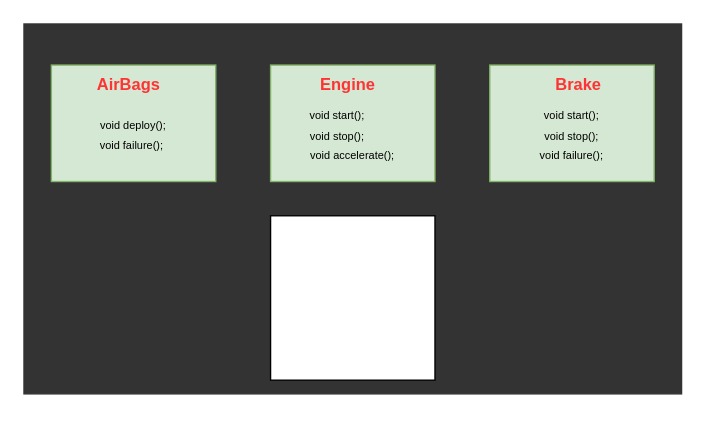
Above: Interface1.drawio in PavanKoppana/blueprints (draw.io), before the change. Source tidied: cells renumbered, new cells numbered last; positions are measured from the earlier drawing's top-left corner, leaving out a move shared by most shapes. Both pictures are drawn from the tidied source at 137%, with x=0, y=0 at pixel (23, 23).
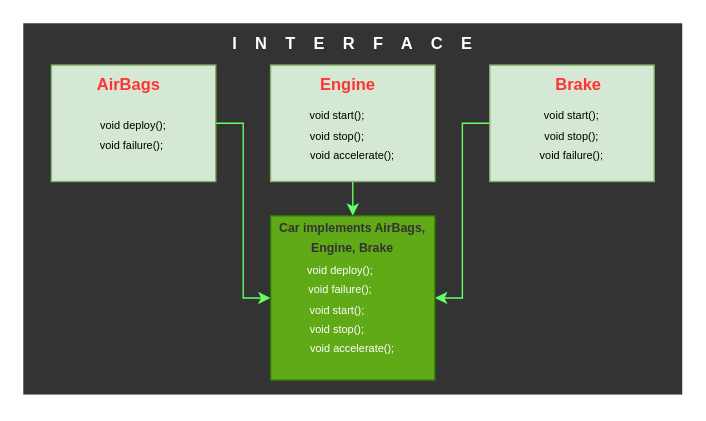
Above is the later version.

What changed in the source:
```diff
@@
 <mxGraphModel>
   <root>
     <mxCell id="0" />
     <mxCell id="1" parent="0" />
     <mxCell id="2" style="rounded=0;whiteSpace=wrap;html=1;strokeColor=#333333;fillColor=#333333;" parent="1" vertex="1">
       <mxGeometry width="480" height="270" as="geometry" />
     </mxCell>
+    <mxCell id="10" style="edgeStyle=orthogonalEdgeStyle;rounded=0;jettySize=auto;html=1;entryX=0;entryY=0.5;entryDx=0;entryDy=0;strokeColor=#66FF66;" parent="1" edge="1" source="3" target="9">
+      <mxGeometry relative="1" as="geometry" />
+    </mxCell>
     <mxCell id="3" value="&lt;div&gt;&lt;font style=&quot;font-size: 8px;&quot;&gt;&lt;br&gt;&lt;/font&gt;&lt;/div&gt;&lt;div&gt;&lt;span style=&quot;font-size: 8px;&quot;&gt;&lt;br&gt;void deploy();&lt;/span&gt;&lt;/div&gt;&lt;div&gt;&lt;font style=&quot;&quot;&gt;&lt;span style=&quot;background-color: transparent; font-size: 8px;&quot;&gt;void failure();&lt;/span&gt;&lt;span style=&quot;font-size: 8px;&quot;&gt;&amp;nbsp;&lt;/span&gt;&lt;br&gt;&lt;br&gt;&lt;/font&gt;&lt;/div&gt;" style="rounded=0;whiteSpace=wrap;html=1;fillColor=#d5e8d4;strokeColor=#82b366;" parent="1" vertex="1">
       <mxGeometry x="20" y="30" width="120" height="85" as="geometry" />
     </mxCell>
+    <mxCell id="11" style="edgeStyle=orthogonalEdgeStyle;rounded=0;jettySize=auto;html=1;entryX=0.5;entryY=0;entryDx=0;entryDy=0;strokeColor=#66FF66;" parent="1" edge="1" source="4" target="9">
+      <mxGeometry relative="1" as="geometry" />
+    </mxCell>
     <mxCell id="4" value="&lt;div&gt;&lt;font style=&quot;font-size: 8px;&quot;&gt;&lt;br&gt;void start();&amp;nbsp; &amp;nbsp; &amp;nbsp; &amp;nbsp; &amp;nbsp;&amp;nbsp;&lt;/font&gt;&lt;/div&gt;&lt;div&gt;&lt;font style=&quot;font-size: 8px;&quot;&gt;&amp;nbsp; void stop();&amp;nbsp; &amp;nbsp; &amp;nbsp; &amp;nbsp; &amp;nbsp; &amp;nbsp;&amp;nbsp;&lt;br&gt;&lt;/font&gt;&lt;span style=&quot;font-size: 8px; background-color: transparent; color: light-dark(rgb(0, 0, 0), rgb(255, 255, 255));&quot;&gt;void accelerate();&lt;/span&gt;&lt;/div&gt;" style="rounded=0;whiteSpace=wrap;html=1;fillColor=#d5e8d4;strokeColor=#82b366;" parent="1" vertex="1">
       <mxGeometry x="180" y="30" width="120" height="85" as="geometry" />
     </mxCell>
+    <mxCell id="12" style="edgeStyle=orthogonalEdgeStyle;rounded=0;jettySize=auto;html=1;entryX=1;entryY=0.5;entryDx=0;entryDy=0;strokeColor=#66FF66;" parent="1" edge="1" source="5" target="9">
+      <mxGeometry relative="1" as="geometry" />
+    </mxCell>
     <mxCell id="5" value="&lt;div&gt;&lt;font style=&quot;font-size: 8px;&quot;&gt;&lt;br&gt;void start();&lt;/font&gt;&lt;/div&gt;&lt;div&gt;&lt;font style=&quot;font-size: 8px;&quot;&gt;void stop();&lt;/font&gt;&lt;/div&gt;&lt;div&gt;&lt;font style=&quot;font-size: 8px;&quot;&gt;void failure();&lt;/font&gt;&lt;/div&gt;" style="rounded=0;whiteSpace=wrap;html=1;fillColor=#d5e8d4;strokeColor=#82b366;" parent="1" vertex="1">
       <mxGeometry x="340" y="30" width="120" height="85" as="geometry" />
     </mxCell>
     <mxCell id="6" value="&lt;b&gt;&lt;font style=&quot;color: rgb(255, 51, 51);&quot;&gt;&amp;nbsp;AirBags&lt;/font&gt;&lt;/b&gt;" style="text;html=1;align=center;verticalAlign=middle;whiteSpace=wrap;rounded=0;" parent="1" vertex="1">
       <mxGeometry x="20" y="30" width="110" height="30" as="geometry" />
     </mxCell>
     <mxCell id="7" value="&lt;b&gt;&lt;font style=&quot;color: rgb(255, 51, 51);&quot;&gt;Engine&amp;nbsp;&amp;nbsp;&lt;/font&gt;&lt;/b&gt;" style="text;html=1;align=center;verticalAlign=middle;whiteSpace=wrap;rounded=0;" parent="1" vertex="1">
       <mxGeometry x="185" y="30" width="110" height="30" as="geometry" />
     </mxCell>
     <mxCell id="8" value="&lt;b&gt;&lt;font style=&quot;color: rgb(255, 51, 51);&quot;&gt;Brake&lt;/font&gt;&lt;/b&gt;" style="text;html=1;align=center;verticalAlign=middle;whiteSpace=wrap;rounded=0;" parent="1" vertex="1">
       <mxGeometry x="350" y="30" width="110" height="30" as="geometry" />
     </mxCell>
-    <mxCell id="9" style="rounded=0;whiteSpace=wrap;html=1;" parent="1" vertex="1">
+    <mxCell id="9" value="&lt;div&gt;&lt;font style=&quot;color: rgb(255, 255, 255);&quot;&gt;&lt;br&gt;&lt;/font&gt;&lt;/div&gt;&lt;div&gt;&lt;div&gt;&lt;font style=&quot;color: rgb(255, 255, 255);&quot;&gt;&lt;span style=&quot;font-size: 8px;&quot;&gt;&lt;br&gt;&lt;br&gt;void deploy();&amp;nbsp; &amp;nbsp; &amp;nbsp; &amp;nbsp;&amp;nbsp;&lt;br&gt;&lt;/span&gt;&lt;span style=&quot;background-color: transparent; font-size: 8px;&quot;&gt;void failure();&amp;nbsp; &amp;nbsp; &amp;nbsp; &amp;nbsp;&amp;nbsp;&lt;/span&gt;&lt;/font&gt;&lt;/div&gt;&lt;div&gt;&lt;div&gt;&lt;font style=&quot;font-size: 8px; color: rgb(255, 255, 255);&quot;&gt;void start();&amp;nbsp; &amp;nbsp; &amp;nbsp; &amp;nbsp; &amp;nbsp;&amp;nbsp;&lt;/font&gt;&lt;/div&gt;&lt;div&gt;&lt;font style=&quot;font-size: 8px; color: rgb(255, 255, 255);&quot;&gt;&amp;nbsp; void stop();&amp;nbsp; &amp;nbsp; &amp;nbsp; &amp;nbsp; &amp;nbsp; &amp;nbsp;&amp;nbsp;&lt;br&gt;&lt;/font&gt;&lt;/div&gt;&lt;font style=&quot;color: rgb(255, 255, 255);&quot;&gt;&lt;span style=&quot;background-color: transparent; font-size: 8px;&quot;&gt;void accelerate();&lt;br&gt;&lt;/span&gt;&lt;span style=&quot;font-size: 8px;&quot;&gt;&amp;nbsp;&lt;br&gt;&lt;/span&gt;&lt;/font&gt;&lt;br&gt;&lt;/div&gt;&lt;/div&gt;" style="rounded=0;whiteSpace=wrap;html=1;fillColor=#60a917;strokeColor=#2D7600;fontColor=#ffffff;" parent="1" vertex="1">
       <mxGeometry x="180" y="140" width="120" height="120" as="geometry" />
     </mxCell>
+    <mxCell id="13" value="&lt;b&gt;&lt;font style=&quot;color: rgb(51, 51, 51); font-size: 9px;&quot;&gt;Car implements AirBags, Engine, Brake&lt;/font&gt;&lt;/b&gt;" style="text;html=1;align=center;verticalAlign=middle;whiteSpace=wrap;rounded=0;" parent="1" vertex="1">
+      <mxGeometry x="180" y="140" width="120" height="30" as="geometry" />
+    </mxCell>
+    <mxCell id="14" value="&lt;b&gt;&lt;font style=&quot;color: rgb(255, 255, 255);&quot;&gt;I&amp;nbsp; &amp;nbsp; N&amp;nbsp; &amp;nbsp; T&amp;nbsp; &amp;nbsp; E&amp;nbsp; &amp;nbsp; R&amp;nbsp; &amp;nbsp; F&amp;nbsp; &amp;nbsp; A&amp;nbsp; &amp;nbsp; C&amp;nbsp; &amp;nbsp; E&lt;/font&gt;&lt;/b&gt;" style="text;html=1;align=center;verticalAlign=middle;whiteSpace=wrap;rounded=0;" parent="1" vertex="1">
+      <mxGeometry x="140" width="200" height="30" as="geometry" />
+    </mxCell>
   </root>
 </mxGraphModel>
```
